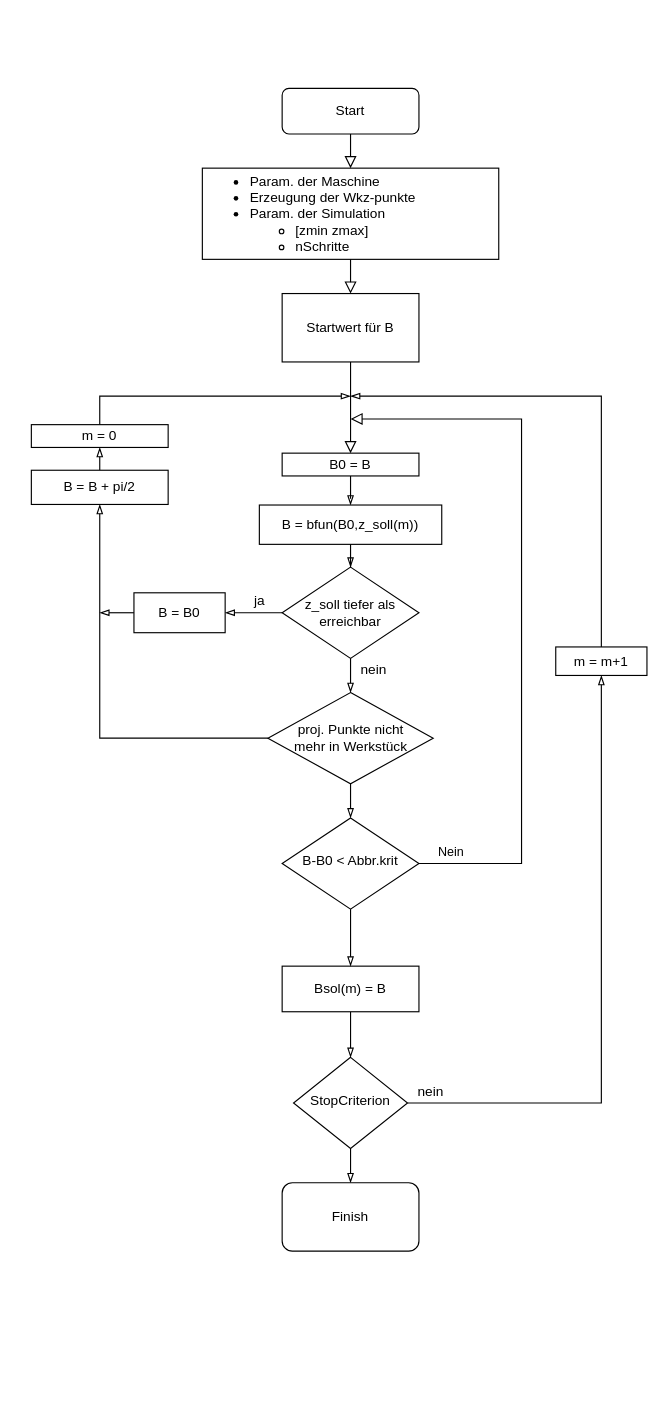
Before: vf1-flowchart.drawio in ChrisCalzolaio/ba, a draw.io diagram. Source tidied: cells renumbered, new cells numbered last; positions are measured from the earlier drawing's top-left corner, leaving out a move shared by most shapes. Both pictures are drawn from the tidied source at 114%, with x=0, y=0 at pixel (31, 88).
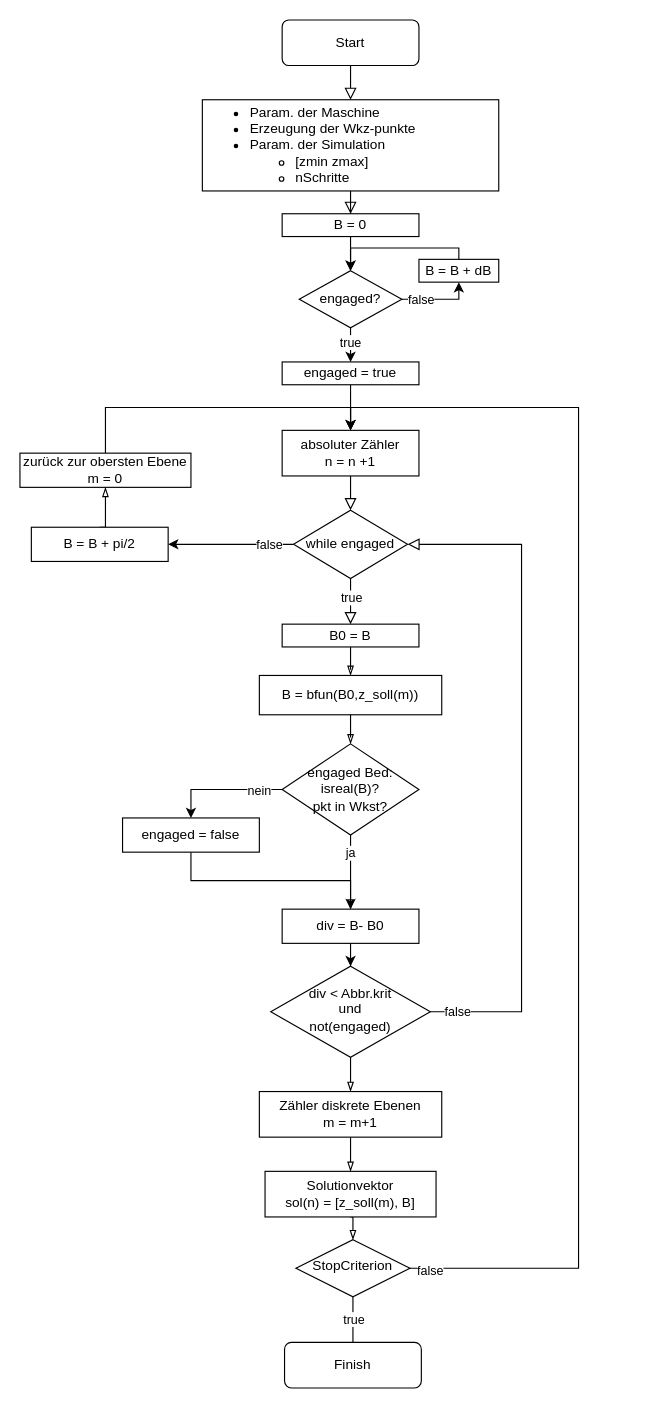
Above is the later version.

Commit message:
implemented the z iteration termination and seek for next engagement

Change to the diagram source:
```diff
@@
-    <mxCell id="2" style="rounded=0;html=1;jettySize=auto;fontSize=11;endArrow=block;endFill=0;endSize=8;strokeWidth=1;shadow=0;labelBackgroundColor=none;edgeStyle=orthogonalEdgeStyle;entryX=0.5;entryY=0;entryDx=0;entryDy=0;" parent="1" edge="1" source="14" target="9">
+    <mxCell id="2" style="rounded=0;html=1;jettySize=auto;fontSize=11;endArrow=block;endFill=0;endSize=8;strokeWidth=1;shadow=0;labelBackgroundColor=none;edgeStyle=orthogonalEdgeStyle;entryX=0.5;entryY=0;entryDx=0;entryDy=0;" parent="1" edge="1" source="50" target="9">
       <mxGeometry relative="1" as="geometry" />
     </mxCell>
+    <mxCell id="38" value="true" style="edgeLabel;html=1;align=center;verticalAlign=middle;" parent="2" vertex="1">
+      <mxGeometry x="-0.31" y="1" relative="1" as="geometry">
+        <mxPoint x="-1" y="2.8" as="offset" />
+      </mxGeometry>
+    </mxCell>
     <mxCell id="3" value="Start" style="rounded=1;whiteSpace=wrap;html=1;fontSize=12;glass=0;strokeWidth=1;shadow=0;" parent="1" vertex="1">
-      <mxGeometry x="220" width="120" height="40" as="geometry" />
+      <mxGeometry x="220" y="-60" width="120" height="40" as="geometry" />
     </mxCell>
-    <mxCell id="4" value="Nein" style="edgeStyle=orthogonalEdgeStyle;rounded=0;html=1;jettySize=auto;fontSize=11;endArrow=block;endFill=0;endSize=8;strokeWidth=1;shadow=0;labelBackgroundColor=none;" parent="1" edge="1" source="5">
-      <mxGeometry x="-0.91" y="10" relative="1" as="geometry">
-        <mxPoint x="280" y="290" as="targetPoint" />
-        <Array as="points">
-          <mxPoint x="430" y="680" />
-          <mxPoint x="430" y="290" />
-        </Array>
-      </mxGeometry>
-    </mxCell>
-    <mxCell id="5" value="B-B0 &amp;lt; Abbr.krit" style="rhombus;whiteSpace=wrap;html=1;shadow=0;fontFamily=Helvetica;fontSize=12;align=center;strokeWidth=1;spacing=6;spacingTop=-4;" parent="1" vertex="1">
-      <mxGeometry x="220" y="640" width="120" height="80" as="geometry" />
+    <mxCell id="5" value="div &amp;lt; Abbr.krit&lt;br&gt;und&lt;br&gt;not(engaged)" style="rhombus;whiteSpace=wrap;html=1;shadow=0;fontFamily=Helvetica;fontSize=12;align=center;strokeWidth=1;spacing=6;spacingTop=-4;" parent="1" vertex="1">
+      <mxGeometry x="210" y="770" width="140" height="80" as="geometry" />
     </mxCell>
     <mxCell id="6" value="&lt;ul&gt;&lt;li&gt;Param. der Maschine&lt;/li&gt;&lt;li&gt;Erzeugung der Wkz-punkte&lt;/li&gt;&lt;li&gt;Param. der Simulation&lt;/li&gt;&lt;ul&gt;&lt;li&gt;[zmin zmax]&lt;/li&gt;&lt;li&gt;nSchritte&lt;/li&gt;&lt;/ul&gt;&lt;/ul&gt;" style="rounded=0;whiteSpace=wrap;html=1;align=left;" parent="1" vertex="1">
-      <mxGeometry x="150" y="70" width="260" height="80" as="geometry" />
+      <mxGeometry x="150" y="10" width="260" height="80" as="geometry" />
     </mxCell>
@@
     <mxCell id="9" value="B0 = B" style="rounded=0;whiteSpace=wrap;html=1;" parent="1" vertex="1">
-      <mxGeometry x="220" y="320" width="120" height="20" as="geometry" />
+      <mxGeometry x="220" y="470" width="120" height="20" as="geometry" />
     </mxCell>
-    <mxCell id="10" style="edgeStyle=orthogonalEdgeStyle;rounded=0;jettySize=auto;html=1;entryX=0.5;entryY=0;entryDx=0;entryDy=0;endArrow=blockThin;endFill=0;" parent="1" edge="1" source="34" target="5">
-      <mxGeometry relative="1" as="geometry" />
-    </mxCell>
     <mxCell id="11" value="B = bfun(B0,z_soll(m))" style="rounded=0;whiteSpace=wrap;html=1;" parent="1" vertex="1">
-      <mxGeometry x="200" y="365.5" width="160" height="34.5" as="geometry" />
+      <mxGeometry x="200" y="515" width="160" height="34.5" as="geometry" />
     </mxCell>
-    <mxCell id="12" style="edgeStyle=orthogonalEdgeStyle;rounded=0;jettySize=auto;html=1;endArrow=blockThin;endFill=0;" parent="1" edge="1" source="13">
-      <mxGeometry relative="1" as="geometry">
-        <mxPoint x="280" y="270" as="targetPoint" />
-        <Array as="points">
-          <mxPoint x="500" y="270" />
-        </Array>
-      </mxGeometry>
-    </mxCell>
-    <mxCell id="13" value="m = m+1" style="rounded=0;whiteSpace=wrap;html=1;" parent="1" vertex="1">
-      <mxGeometry x="460" y="490" width="80" height="25" as="geometry" />
-    </mxCell>
+    <mxCell id="39" style="edgeStyle=orthogonalEdgeStyle;rounded=0;jettySize=auto;html=1;entryX=0.5;entryY=0;entryDx=0;entryDy=0;" parent="1" edge="1" source="63" target="46">
+      <mxGeometry relative="1" as="geometry" />
+    </mxCell>
-    <mxCell id="14" value="Startwert für B&lt;br&gt;" style="rounded=0;whiteSpace=wrap;html=1;" parent="1" vertex="1">
-      <mxGeometry x="220" y="180" width="120" height="60" as="geometry" />
+    <mxCell id="14" value="B = 0" style="rounded=0;whiteSpace=wrap;html=1;" parent="1" vertex="1">
+      <mxGeometry x="220" y="110" width="120" height="20" as="geometry" />
     </mxCell>
@@
-    <mxCell id="16" style="edgeStyle=orthogonalEdgeStyle;rounded=0;jettySize=auto;html=1;exitX=0;exitY=0.5;exitDx=0;exitDy=0;entryX=1;entryY=0.5;entryDx=0;entryDy=0;endArrow=blockThin;endFill=0;" parent="1" edge="1" source="17" target="22">
-      <mxGeometry relative="1" as="geometry" />
-    </mxCell>
+    <mxCell id="40" style="edgeStyle=orthogonalEdgeStyle;rounded=0;jettySize=auto;html=1;exitX=0;exitY=0.5;exitDx=0;exitDy=0;entryX=0.5;entryY=0;entryDx=0;entryDy=0;" parent="1" edge="1" source="17" target="53">
+      <mxGeometry relative="1" as="geometry" />
+    </mxCell>
+    <mxCell id="41" value="nein" style="edgeLabel;html=1;align=center;verticalAlign=middle;" parent="40" vertex="1">
+      <mxGeometry x="-0.53" y="2" relative="1" as="geometry">
+        <mxPoint x="4.8" y="-2" as="offset" />
+      </mxGeometry>
+    </mxCell>
-    <mxCell id="17" value="z_soll tiefer als erreichbar" style="rhombus;whiteSpace=wrap;html=1;" parent="1" vertex="1">
-      <mxGeometry x="220" y="420" width="120" height="80" as="geometry" />
+    <mxCell id="17" value="engaged Bed:&lt;br&gt;isreal(B)?&lt;br&gt;pkt in Wkst?" style="rhombus;whiteSpace=wrap;html=1;" parent="1" vertex="1">
+      <mxGeometry x="220" y="575" width="120" height="80" as="geometry" />
     </mxCell>
@@
     <mxCell id="20" value="B = B + pi/2" style="rounded=0;whiteSpace=wrap;html=1;" parent="1" vertex="1">
-      <mxGeometry y="335" width="120" height="30" as="geometry" />
+      <mxGeometry y="385" width="120" height="30" as="geometry" />
     </mxCell>
-    <mxCell id="21" style="edgeStyle=orthogonalEdgeStyle;rounded=0;jettySize=auto;html=1;exitX=0;exitY=0.5;exitDx=0;exitDy=0;endArrow=blockThin;endFill=0;" parent="1" edge="1" source="22">
-      <mxGeometry relative="1" as="geometry">
-        <mxPoint x="60" y="459.8" as="targetPoint" />
-      </mxGeometry>
-    </mxCell>
-    <mxCell id="22" value="B = B0" style="rounded=0;whiteSpace=wrap;html=1;" parent="1" vertex="1">
-      <mxGeometry x="90" y="442.5" width="80" height="35" as="geometry" />
-    </mxCell>
-    <mxCell id="23" style="edgeStyle=orthogonalEdgeStyle;rounded=0;jettySize=auto;html=1;exitX=0.5;exitY=0;exitDx=0;exitDy=0;endArrow=blockThin;endFill=0;" parent="1" edge="1" source="24">
-      <mxGeometry relative="1" as="geometry">
-        <mxPoint x="280" y="270" as="targetPoint" />
-        <Array as="points">
-          <mxPoint x="60" y="270" />
-        </Array>
-      </mxGeometry>
-    </mxCell>
+    <mxCell id="42" style="edgeStyle=orthogonalEdgeStyle;rounded=0;jettySize=auto;html=1;exitX=0.5;exitY=0;exitDx=0;exitDy=0;entryX=0.5;entryY=0;entryDx=0;entryDy=0;labelBackgroundColor=#ffffff;" parent="1" edge="1" source="24" target="46">
+      <mxGeometry relative="1" as="geometry" />
+    </mxCell>
-    <mxCell id="24" value="m = 0" style="rounded=0;whiteSpace=wrap;html=1;" parent="1" vertex="1">
-      <mxGeometry y="295" width="120" height="20" as="geometry" />
+    <mxCell id="24" value="zurück zur obersten Ebene&lt;br&gt;m = 0" style="rounded=0;whiteSpace=wrap;html=1;" parent="1" vertex="1">
+      <mxGeometry x="-10" y="320" width="150" height="30" as="geometry" />
     </mxCell>
@@
-    <mxCell id="26" value="Bsol(m) = B" style="rounded=0;whiteSpace=wrap;html=1;" parent="1" vertex="1">
-      <mxGeometry x="220" y="770" width="120" height="40" as="geometry" />
+    <mxCell id="26" value="Solutionvektor&lt;br&gt;sol(n) = [z_soll(m), B]" style="rounded=0;whiteSpace=wrap;html=1;" parent="1" vertex="1">
+      <mxGeometry x="205" y="950" width="150" height="40" as="geometry" />
     </mxCell>
-    <mxCell id="27" style="edgeStyle=orthogonalEdgeStyle;rounded=0;jettySize=auto;html=1;endArrow=blockThin;endFill=0;" parent="1" edge="1" source="5" target="26">
+    <mxCell id="27" style="edgeStyle=orthogonalEdgeStyle;rounded=0;jettySize=auto;html=1;endArrow=blockThin;endFill=0;" parent="1" edge="1" source="13" target="26">
       <mxGeometry relative="1" as="geometry" />
     </mxCell>
-    <mxCell id="28" style="edgeStyle=orthogonalEdgeStyle;rounded=0;jettySize=auto;html=1;exitX=1;exitY=0.5;exitDx=0;exitDy=0;entryX=0.5;entryY=1;entryDx=0;entryDy=0;endArrow=blockThin;endFill=0;" parent="1" edge="1" source="30" target="13">
-      <mxGeometry relative="1" as="geometry" />
-    </mxCell>
     <mxCell id="29" style="edgeStyle=orthogonalEdgeStyle;rounded=0;jettySize=auto;html=1;exitX=0.5;exitY=1;exitDx=0;exitDy=0;entryX=0.5;entryY=0;entryDx=0;entryDy=0;endArrow=blockThin;endFill=0;" parent="1" edge="1" source="30" target="32">
-      <mxGeometry relative="1" as="geometry" />
+      <mxGeometry relative="1" as="geometry">
+        <Array as="points">
+          <mxPoint x="282.1" y="1105" />
+          <mxPoint x="282.1" y="1105" />
+        </Array>
+      </mxGeometry>
     </mxCell>
+    <mxCell id="43" value="true" style="edgeLabel;html=1;align=center;verticalAlign=middle;" parent="29" vertex="1">
+      <mxGeometry x="-0.26" relative="1" as="geometry" />
+    </mxCell>
+    <mxCell id="44" style="edgeStyle=orthogonalEdgeStyle;rounded=0;jettySize=auto;html=1;entryX=0.5;entryY=0;entryDx=0;entryDy=0;labelBackgroundColor=#ffffff;" parent="1" edge="1" source="30" target="46">
+      <mxGeometry relative="1" as="geometry">
+        <Array as="points">
+          <mxPoint x="480" y="1035" />
+          <mxPoint x="480" y="280" />
+          <mxPoint x="280" y="280" />
+        </Array>
+      </mxGeometry>
+    </mxCell>
+    <mxCell id="45" value="false" style="edgeLabel;html=1;align=center;verticalAlign=middle;" parent="44" vertex="1">
+      <mxGeometry x="-0.97" y="-1" relative="1" as="geometry" />
+    </mxCell>
     <mxCell id="30" value="StopCriterion" style="rhombus;whiteSpace=wrap;html=1;shadow=0;fontFamily=Helvetica;fontSize=12;align=center;strokeWidth=1;spacing=6;spacingTop=-4;" parent="1" vertex="1">
-      <mxGeometry x="230" y="850" width="100" height="80" as="geometry" />
+      <mxGeometry x="232.1" y="1010" width="100" height="50" as="geometry" />
     </mxCell>
-    <mxCell id="31" value="nein" style="text;html=1;align=center;verticalAlign=middle;" parent="1" vertex="1">
-      <mxGeometry x="330" y="870" width="40" height="20" as="geometry" />
-    </mxCell>
     <mxCell id="32" value="Finish" style="rounded=1;whiteSpace=wrap;html=1;" parent="1" vertex="1">
-      <mxGeometry x="220" y="960" width="120" height="60" as="geometry" />
+      <mxGeometry x="222.1" y="1100" width="120" height="40" as="geometry" />
     </mxCell>
-    <mxCell id="33" style="edgeStyle=orthogonalEdgeStyle;rounded=0;jettySize=auto;html=1;entryX=0.5;entryY=1;entryDx=0;entryDy=0;endArrow=blockThin;endFill=0;" parent="1" edge="1" source="34" target="20">
-      <mxGeometry relative="1" as="geometry" />
-    </mxCell>
-    <mxCell id="34" value="proj. Punkte nicht&lt;br&gt;mehr in Werkstück" style="rhombus;whiteSpace=wrap;html=1;" parent="1" vertex="1">
-      <mxGeometry x="207.5" y="530" width="145" height="80" as="geometry" />
-    </mxCell>
-    <mxCell id="35" style="edgeStyle=orthogonalEdgeStyle;rounded=0;jettySize=auto;html=1;entryX=0.5;entryY=0;entryDx=0;entryDy=0;endArrow=blockThin;endFill=0;" parent="1" edge="1" source="17" target="34">
-      <mxGeometry relative="1" as="geometry" />
+    <mxCell id="35" value="ja" style="edgeStyle=orthogonalEdgeStyle;rounded=0;jettySize=auto;html=1;entryX=0.5;entryY=0;entryDx=0;entryDy=0;endArrow=blockThin;endFill=0;" parent="1" edge="1" source="17" target="55">
+      <mxGeometry x="-0.5" relative="1" as="geometry" />
     </mxCell>
-    <mxCell id="36" value="ja&lt;br&gt;" style="text;html=1;align=center;verticalAlign=middle;" parent="1" vertex="1">
-      <mxGeometry x="185" y="440" width="30" height="20" as="geometry" />
-    </mxCell>
-    <mxCell id="37" value="nein" style="text;html=1;align=center;verticalAlign=middle;" parent="1" vertex="1">
-      <mxGeometry x="280" y="500" width="40" height="20" as="geometry" />
-    </mxCell>
+    <mxCell id="46" value="absoluter Zähler&lt;br&gt;n = n +1" style="rounded=0;whiteSpace=wrap;html=1;" parent="1" vertex="1">
+      <mxGeometry x="220" y="300" width="120" height="40" as="geometry" />
+    </mxCell>
+    <mxCell id="47" value="false" style="edgeStyle=orthogonalEdgeStyle;rounded=0;html=1;jettySize=auto;fontSize=11;endArrow=block;endFill=0;endSize=8;strokeWidth=1;shadow=0;labelBackgroundColor=#ffffff;entryX=1;entryY=0.5;entryDx=0;entryDy=0;exitX=1;exitY=0.5;exitDx=0;exitDy=0;" parent="1" edge="1" source="5" target="50">
+      <mxGeometry x="-0.92" relative="1" as="geometry">
+        <Array as="points">
+          <mxPoint x="430" y="810" />
+          <mxPoint x="430" y="400" />
+        </Array>
+      </mxGeometry>
+    </mxCell>
+    <mxCell id="48" style="edgeStyle=orthogonalEdgeStyle;rounded=0;jettySize=auto;html=1;exitX=0;exitY=0.5;exitDx=0;exitDy=0;" parent="1" edge="1" source="50" target="20">
+      <mxGeometry relative="1" as="geometry" />
+    </mxCell>
+    <mxCell id="49" value="false" style="edgeLabel;html=1;align=center;verticalAlign=middle;" parent="48" vertex="1">
+      <mxGeometry x="-0.6" relative="1" as="geometry" />
+    </mxCell>
+    <mxCell id="50" value="while engaged" style="rhombus;whiteSpace=wrap;html=1;" parent="1" vertex="1">
+      <mxGeometry x="230" y="370" width="100" height="60" as="geometry" />
+    </mxCell>
+    <mxCell id="51" style="rounded=0;html=1;jettySize=auto;fontSize=11;endArrow=block;endFill=0;endSize=8;strokeWidth=1;shadow=0;labelBackgroundColor=none;edgeStyle=orthogonalEdgeStyle;entryX=0.5;entryY=0;entryDx=0;entryDy=0;" parent="1" edge="1" source="46" target="50">
+      <mxGeometry relative="1" as="geometry" />
+    </mxCell>
+    <mxCell id="52" style="edgeStyle=orthogonalEdgeStyle;rounded=0;jettySize=auto;html=1;exitX=0.5;exitY=1;exitDx=0;exitDy=0;entryX=0.5;entryY=0;entryDx=0;entryDy=0;labelBackgroundColor=#ffffff;" parent="1" edge="1" source="53" target="55">
+      <mxGeometry relative="1" as="geometry" />
+    </mxCell>
+    <mxCell id="53" value="engaged = false" style="rounded=0;whiteSpace=wrap;html=1;" parent="1" vertex="1">
+      <mxGeometry x="80" y="640" width="120" height="30" as="geometry" />
+    </mxCell>
+    <mxCell id="54" style="edgeStyle=orthogonalEdgeStyle;rounded=0;jettySize=auto;html=1;entryX=0.5;entryY=0;entryDx=0;entryDy=0;labelBackgroundColor=#ffffff;" parent="1" edge="1" source="55" target="5">
+      <mxGeometry relative="1" as="geometry" />
+    </mxCell>
+    <mxCell id="55" value="div = B- B0" style="rounded=0;whiteSpace=wrap;html=1;" parent="1" vertex="1">
+      <mxGeometry x="220" y="720" width="120" height="30" as="geometry" />
+    </mxCell>
+    <mxCell id="13" value="Zähler diskrete Ebenen&lt;br&gt;m = m+1" style="rounded=0;whiteSpace=wrap;html=1;" parent="1" vertex="1">
+      <mxGeometry x="200" y="880" width="160" height="40" as="geometry" />
+    </mxCell>
+    <mxCell id="56" style="edgeStyle=orthogonalEdgeStyle;rounded=0;jettySize=auto;html=1;endArrow=blockThin;endFill=0;" parent="1" edge="1" source="5" target="13">
+      <mxGeometry relative="1" as="geometry" />
+    </mxCell>
+    <mxCell id="57" style="edgeStyle=orthogonalEdgeStyle;rounded=0;jettySize=auto;html=1;exitX=1;exitY=0.5;exitDx=0;exitDy=0;entryX=0.5;entryY=1;entryDx=0;entryDy=0;labelBackgroundColor=#ffffff;" parent="1" edge="1" source="59" target="62">
+      <mxGeometry relative="1" as="geometry">
+        <Array as="points">
+          <mxPoint x="375" y="185" />
+        </Array>
+      </mxGeometry>
+    </mxCell>
+    <mxCell id="58" value="false" style="edgeLabel;html=1;align=center;verticalAlign=middle;" parent="57" vertex="1">
+      <mxGeometry x="-0.62" y="1" relative="1" as="geometry">
+        <mxPoint x="4.7" y="1" as="offset" />
+      </mxGeometry>
+    </mxCell>
+    <mxCell id="59" value="engaged?" style="rhombus;whiteSpace=wrap;html=1;" parent="1" vertex="1">
+      <mxGeometry x="235" y="160" width="90" height="50" as="geometry" />
+    </mxCell>
+    <mxCell id="60" style="edgeStyle=orthogonalEdgeStyle;rounded=0;jettySize=auto;html=1;entryX=0.5;entryY=0;entryDx=0;entryDy=0;" parent="1" edge="1" source="14" target="59">
+      <mxGeometry relative="1" as="geometry" />
+    </mxCell>
+    <mxCell id="61" style="edgeStyle=orthogonalEdgeStyle;rounded=0;jettySize=auto;html=1;exitX=0.5;exitY=0;exitDx=0;exitDy=0;entryX=0.5;entryY=0;entryDx=0;entryDy=0;labelBackgroundColor=#ffffff;" parent="1" edge="1" source="62" target="59">
+      <mxGeometry relative="1" as="geometry">
+        <Array as="points">
+          <mxPoint x="375" y="140" />
+          <mxPoint x="280" y="140" />
+        </Array>
+      </mxGeometry>
+    </mxCell>
+    <mxCell id="62" value="B = B + dB" style="rounded=0;whiteSpace=wrap;html=1;" parent="1" vertex="1">
+      <mxGeometry x="340" y="150" width="70" height="20" as="geometry" />
+    </mxCell>
+    <mxCell id="63" value="engaged = true" style="rounded=0;whiteSpace=wrap;html=1;" parent="1" vertex="1">
+      <mxGeometry x="220" y="240" width="120" height="20" as="geometry" />
+    </mxCell>
+    <mxCell id="64" style="edgeStyle=orthogonalEdgeStyle;rounded=0;jettySize=auto;html=1;entryX=0.5;entryY=0;entryDx=0;entryDy=0;" parent="1" edge="1" source="59" target="63">
+      <mxGeometry relative="1" as="geometry" />
+    </mxCell>
+    <mxCell id="65" value="true" style="edgeLabel;html=1;align=center;verticalAlign=middle;" parent="64" vertex="1">
+      <mxGeometry x="0.1" y="1" relative="1" as="geometry" />
+    </mxCell>
```
